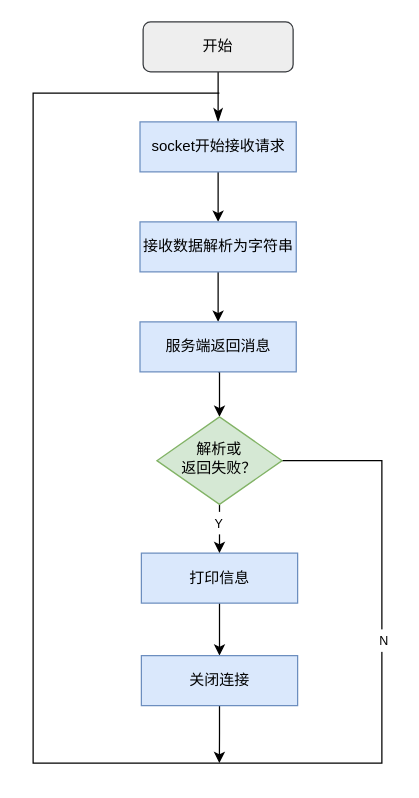
Above: 服务端通信收发数据.drawio in KAZAMA-DREAM/picture (draw.io), before the change. Source tidied: cells renumbered, new cells numbered last; positions are measured from the earlier drawing's top-left corner, leaving out a move shared by most shapes. Both pictures are drawn from the tidied source at 125%, with x=0, y=0 at pixel (32, 21).
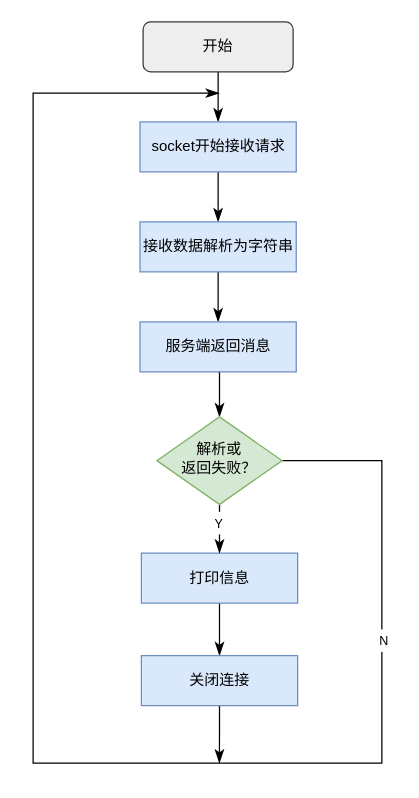
The same page after the edit.

Commit message:
更新服务端通信收发数据.drawio

The change refers to these unchanged cells:
```xml
<mxCell id="5" value="socket开始接收请求" style="rounded=0;whiteSpace=wrap;html=1;fillColor=#dae8fc;strokeColor=#6c8ebf;" parent="1" vertex="1">
  <mxGeometry x="85.5" y="80" width="125" height="40" as="geometry" />
</mxCell>
<mxCell id="8" value="接收数据解析为字符串" style="rounded=0;whiteSpace=wrap;html=1;fillColor=#dae8fc;strokeColor=#6c8ebf;" parent="1" vertex="1">
  <mxGeometry x="85.5" y="160" width="125" height="40" as="geometry" />
</mxCell>
<mxCell id="10" value="打印信息" style="rounded=0;whiteSpace=wrap;html=1;fillColor=#dae8fc;strokeColor=#6c8ebf;" parent="1" vertex="1">
  <mxGeometry x="86.6" y="425" width="125" height="40" as="geometry" />
</mxCell>
<mxCell id="14" value="解析或&lt;br&gt;返回失败？" style="rhombus;whiteSpace=wrap;html=1;shadow=0;fontFamily=Helvetica;fontSize=12;align=center;strokeWidth=1;spacing=6;spacingTop=-4;fillColor=#d5e8d4;strokeColor=#82b366;" parent="1" vertex="1">
  <mxGeometry x="99" y="316" width="100.2" height="70" as="geometry" />
</mxCell>
<mxCell id="16" value="服务端返回消息" style="rounded=0;whiteSpace=wrap;html=1;fillColor=#dae8fc;strokeColor=#6c8ebf;" parent="1" vertex="1">
  <mxGeometry x="85.5" y="240" width="125" height="40" as="geometry" />
</mxCell>
<mxCell id="18" value="关闭连接" style="rounded=0;whiteSpace=wrap;html=1;fillColor=#dae8fc;strokeColor=#6c8ebf;" parent="1" vertex="1">
  <mxGeometry x="86.6" y="507" width="125" height="40" as="geometry" />
</mxCell>
```

What changed in the source:
```diff
@@
-    <mxCell id="4" style="edgeStyle=orthogonalEdgeStyle;rounded=0;jettySize=auto;html=1;" parent="1" edge="1" source="5" target="8">
+    <mxCell id="4" style="edgeStyle=orthogonalEdgeStyle;rounded=0;jettySize=auto;html=1;endSize=8;endArrow=classicThin;endFill=1;" parent="1" edge="1" source="5" target="8">
       <mxGeometry relative="1" as="geometry" />
     </mxCell>
@@
-    <mxCell id="6" style="edgeStyle=orthogonalEdgeStyle;rounded=0;jettySize=auto;html=1;exitX=0.5;exitY=1;exitDx=0;exitDy=0;entryX=0.5;entryY=0;entryDx=0;entryDy=0;" parent="1" edge="1" source="16" target="14">
+    <mxCell id="6" style="edgeStyle=orthogonalEdgeStyle;rounded=0;jettySize=auto;html=1;exitX=0.5;exitY=1;exitDx=0;exitDy=0;entryX=0.5;entryY=0;entryDx=0;entryDy=0;endArrow=classicThin;endFill=1;endSize=8;" parent="1" edge="1" source="16" target="14">
       <mxGeometry relative="1" as="geometry" />
     </mxCell>
-    <mxCell id="7" style="edgeStyle=orthogonalEdgeStyle;rounded=0;jettySize=auto;html=1;" parent="1" edge="1" source="8" target="16">
+    <mxCell id="7" style="edgeStyle=orthogonalEdgeStyle;rounded=0;jettySize=auto;html=1;endSize=8;endArrow=classicThin;endFill=1;" parent="1" edge="1" source="8" target="16">
       <mxGeometry relative="1" as="geometry" />
     </mxCell>
@@
-    <mxCell id="9" style="edgeStyle=orthogonalEdgeStyle;rounded=0;jettySize=auto;html=1;" parent="1" edge="1" source="10" target="18">
+    <mxCell id="9" style="edgeStyle=orthogonalEdgeStyle;rounded=0;jettySize=auto;html=1;endSize=8;endArrow=classicThin;endFill=1;" parent="1" edge="1" source="10" target="18">
       <mxGeometry relative="1" as="geometry" />
     </mxCell>
@@
-    <mxCell id="11" style="edgeStyle=orthogonalEdgeStyle;rounded=0;jettySize=auto;html=1;exitX=1;exitY=0.5;exitDx=0;exitDy=0;endArrow=none;endFill=0;" parent="1" edge="1" source="14">
+    <mxCell id="11" style="edgeStyle=orthogonalEdgeStyle;rounded=0;jettySize=auto;html=1;exitX=1;exitY=0.5;exitDx=0;exitDy=0;endArrow=classicThin;endFill=1;endSize=8;" parent="1" edge="1" source="14">
       <mxGeometry relative="1" as="geometry">
         <mxPoint x="149" y="57" as="targetPoint" />
         <Array as="points">
           <mxPoint x="279" y="351" />
           <mxPoint x="279" y="593" />
           <mxPoint y="593" />
           <mxPoint y="57" />
         </Array>
       </mxGeometry>
     </mxCell>
@@
-    <mxCell id="13" style="edgeStyle=orthogonalEdgeStyle;rounded=0;jettySize=auto;html=1;" parent="1" edge="1" source="14" target="10">
+    <mxCell id="13" style="edgeStyle=orthogonalEdgeStyle;rounded=0;jettySize=auto;html=1;endSize=8;endArrow=classicThin;endFill=1;" parent="1" edge="1" source="14" target="10">
       <mxGeometry relative="1" as="geometry" />
     </mxCell>
@@
-    <mxCell id="17" style="edgeStyle=orthogonalEdgeStyle;rounded=0;jettySize=auto;html=1;exitX=0.5;exitY=1;exitDx=0;exitDy=0;" parent="1" edge="1" source="18">
+    <mxCell id="17" style="edgeStyle=orthogonalEdgeStyle;rounded=0;jettySize=auto;html=1;exitX=0.5;exitY=1;exitDx=0;exitDy=0;endSize=8;endArrow=classicThin;endFill=1;" parent="1" edge="1" source="18">
       <mxGeometry relative="1" as="geometry">
         <mxPoint x="149" y="593" as="targetPoint" />
       </mxGeometry>
     </mxCell>
```
